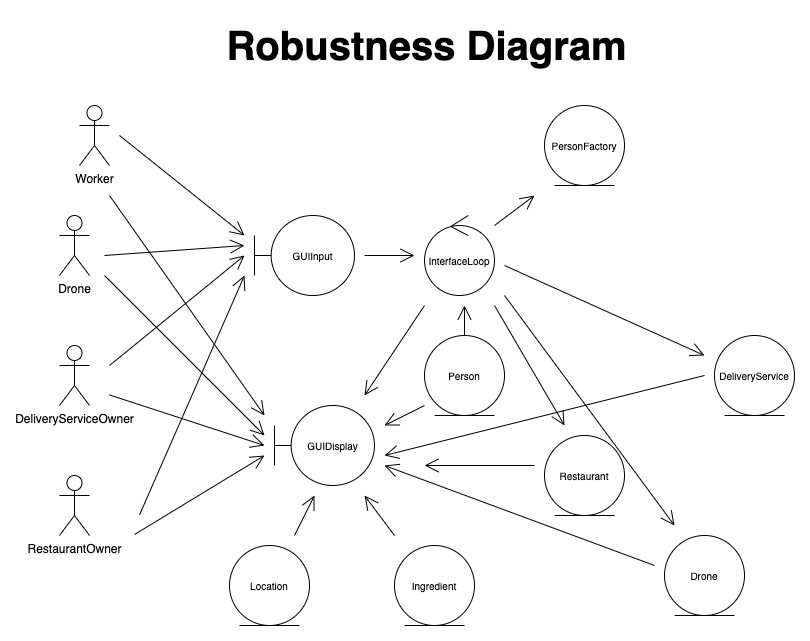
Before: phase-4/src/artifact-submissions/robustness-diagram.png, a diagram exported from draw.io (reeteshsudhakar/drone-delivery-simulation). Source tidied: cells renumbered, new cells last; positions are measured from the earlier drawing's top-left corner, leaving out a move shared by most shapes.
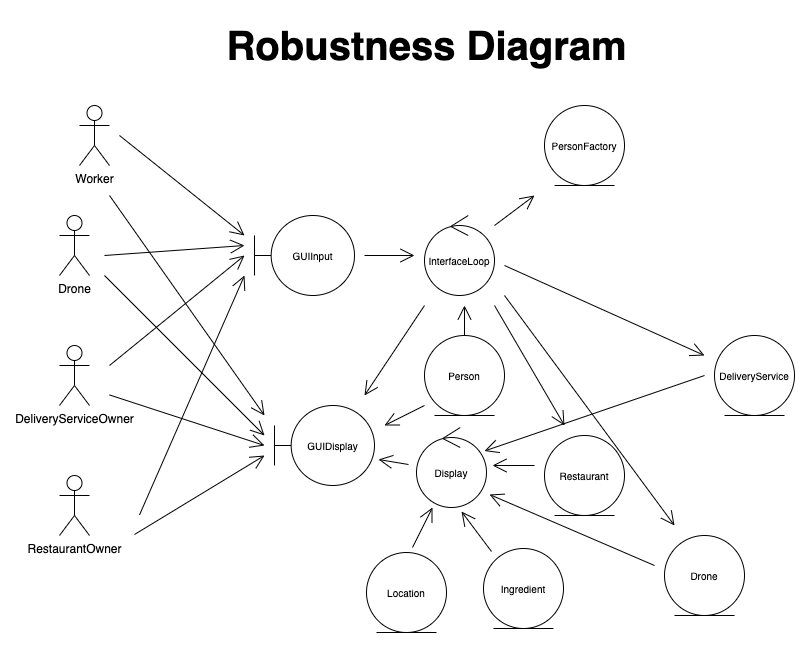
After the change.

What changed in the source:
```diff
@@ -134,28 +134,27 @@
     <mxCell id="30" style="endArrow=open;endFill=1;endSize=12;html=1;rounded=0;fontSize=10;" parent="1" edge="1">
       <mxGeometry relative="1" as="geometry">
         <mxPoint x="595" y="550" as="sourcePoint" />
-        <mxPoint x="325" y="450" as="targetPoint" />
+        <mxPoint x="430" y="479" as="targetPoint" />
       </mxGeometry>
     </mxCell>
-    <mxCell id="31" style="endArrow=open;endFill=1;endSize=12;html=1;rounded=0;fontSize=10;" parent="1" edge="1">
+    <mxCell id="31" style="endArrow=open;endFill=1;endSize=12;html=1;rounded=0;fontSize=10;entryX=0.971;entryY=0.294;entryDx=0;entryDy=0;entryPerimeter=0;" parent="1" edge="1" target="38">
       <mxGeometry relative="1" as="geometry">
         <mxPoint x="645" y="360" as="sourcePoint" />
-        <mxPoint x="325" y="440" as="targetPoint" />
       </mxGeometry>
     </mxCell>
     <mxCell id="32" value="Ingredient" style="ellipse;shape=umlEntity;whiteSpace=wrap;html=1;fontSize=10;" parent="1" vertex="1">
-      <mxGeometry x="335" y="530" width="80" height="80" as="geometry" />
+      <mxGeometry x="424" y="533" width="80" height="80" as="geometry" />
     </mxCell>
     <mxCell id="33" style="endArrow=open;endFill=1;endSize=12;html=1;rounded=0;fontSize=10;" parent="1" edge="1">
       <mxGeometry relative="1" as="geometry">
-        <mxPoint x="335" y="520" as="sourcePoint" />
-        <mxPoint x="305" y="480" as="targetPoint" />
+        <mxPoint x="432" y="536" as="sourcePoint" />
+        <mxPoint x="402" y="496" as="targetPoint" />
       </mxGeometry>
     </mxCell>
     <mxCell id="34" style="endArrow=open;endFill=1;endSize=12;html=1;rounded=0;fontSize=10;" parent="1" edge="1">
       <mxGeometry relative="1" as="geometry">
         <mxPoint x="475" y="450" as="sourcePoint" />
-        <mxPoint x="365" y="450" as="targetPoint" />
+        <mxPoint x="433" y="450" as="targetPoint" />
       </mxGeometry>
     </mxCell>
     <mxCell id="35" style="endArrow=open;endFill=1;endSize=12;html=1;rounded=0;fontSize=10;" parent="1" edge="1">
@@ -165,13 +164,22 @@
       </mxGeometry>
     </mxCell>
     <mxCell id="36" value="Location" style="ellipse;shape=umlEntity;whiteSpace=wrap;html=1;fontSize=10;" parent="1" vertex="1">
-      <mxGeometry x="170" y="530" width="80" height="80" as="geometry" />
+      <mxGeometry x="307" y="537" width="80" height="80" as="geometry" />
     </mxCell>
     <mxCell id="37" style="endArrow=open;endFill=1;endSize=12;html=1;rounded=0;fontSize=10;" parent="1" edge="1">
       <mxGeometry relative="1" as="geometry">
-        <mxPoint x="235" y="520" as="sourcePoint" />
-        <mxPoint x="255" y="480" as="targetPoint" />
+        <mxPoint x="353" y="532" as="sourcePoint" />
+        <mxPoint x="373" y="492" as="targetPoint" />
       </mxGeometry>
     </mxCell>
+    <mxCell id="38" value="Display" style="ellipse;shape=umlControl;whiteSpace=wrap;html=1;fontSize=10;" parent="1" vertex="1">
+      <mxGeometry x="357" y="412" width="70" height="80" as="geometry" />
+    </mxCell>
+    <mxCell id="39" style="endArrow=open;endFill=1;endSize=12;html=1;rounded=0;fontSize=10;" parent="1" edge="1">
+      <mxGeometry relative="1" as="geometry">
+        <mxPoint x="349" y="449" as="sourcePoint" />
+        <mxPoint x="319" y="444" as="targetPoint" />
+      </mxGeometry>
+    </mxCell>
   </root>
 </mxGraphModel>
```
